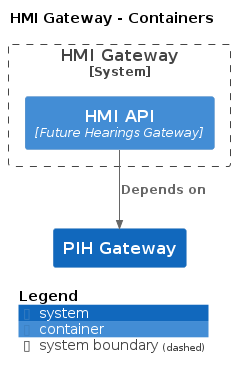
hmcts/cnp-api-docs keeps this PlantUML diagram as docs/c4/hmi_gateway/images/structurizr-hmi_gateway-overview.png. Above is the earlier version.
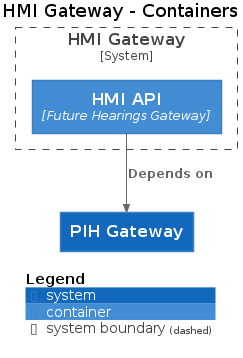
After the commit.

Change to the diagram source:
```diff
@@ -3,17 +3,17 @@
 
 top to bottom direction
 
-!include https://raw.githubusercontent.com/plantuml-stdlib/C4-PlantUML/master/C4.puml
-!include https://raw.githubusercontent.com/plantuml-stdlib/C4-PlantUML/master/C4_Context.puml
-!include https://raw.githubusercontent.com/plantuml-stdlib/C4-PlantUML/master/C4_Container.puml
+!includeurl https://raw.githubusercontent.com/plantuml-stdlib/C4-PlantUML/master/C4.puml
+!includeurl https://raw.githubusercontent.com/plantuml-stdlib/C4-PlantUML/master/C4_Context.puml
+!includeurl https://raw.githubusercontent.com/plantuml-stdlib/C4-PlantUML/master/C4_Container.puml
 
-System(PIHGateway, "PIH Gateway", "", $tags="")
+System(PIHGateway, "PIH Gateway", "")
 
 System_Boundary("HMIGateway_boundary", "HMI Gateway") {
-  Container(HMIGateway.HMIAPI, "HMI API", "Future Hearings Gateway", $tags="")
+  Container(HMIGateway.HMIAPI, "HMI API", "Future Hearings Gateway")
 }
 
-Rel_D(HMIGateway.HMIAPI, PIHGateway, "Depends on", $tags="")
+Rel_D(HMIGateway.HMIAPI, PIHGateway, "Depends on")
 
 SHOW_DYNAMIC_LEGEND()
 @enduml
```
